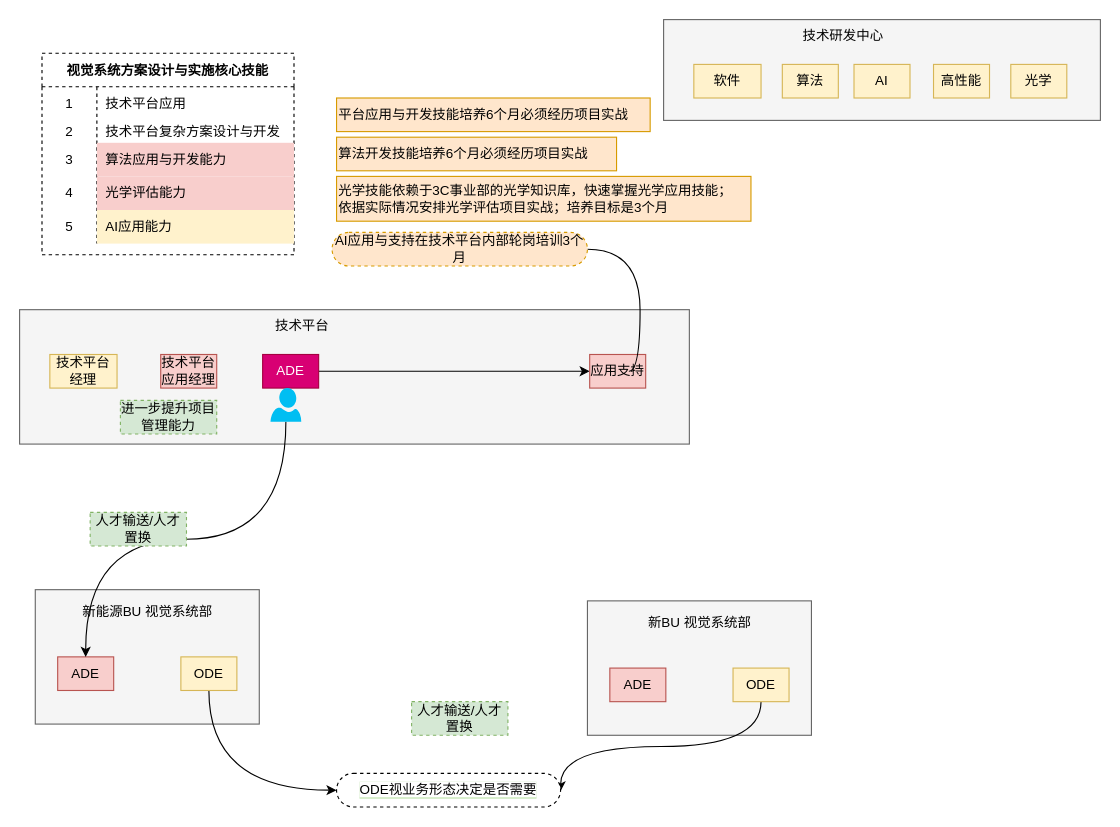
This is page "技术平台人才孵化逻辑" (2 of 3) of drawio/未命名绘图.drawio from Guyiguang/-DrawIO, a draw.io file, before an edit. Source tidied: cells renumbered, new cells numbered last; positions are measured from the earlier drawing's top-left corner, leaving out a move shared by most shapes. Both pictures are drawn from the tidied source at 112%, with x=0, y=0 at pixel (19, 19).
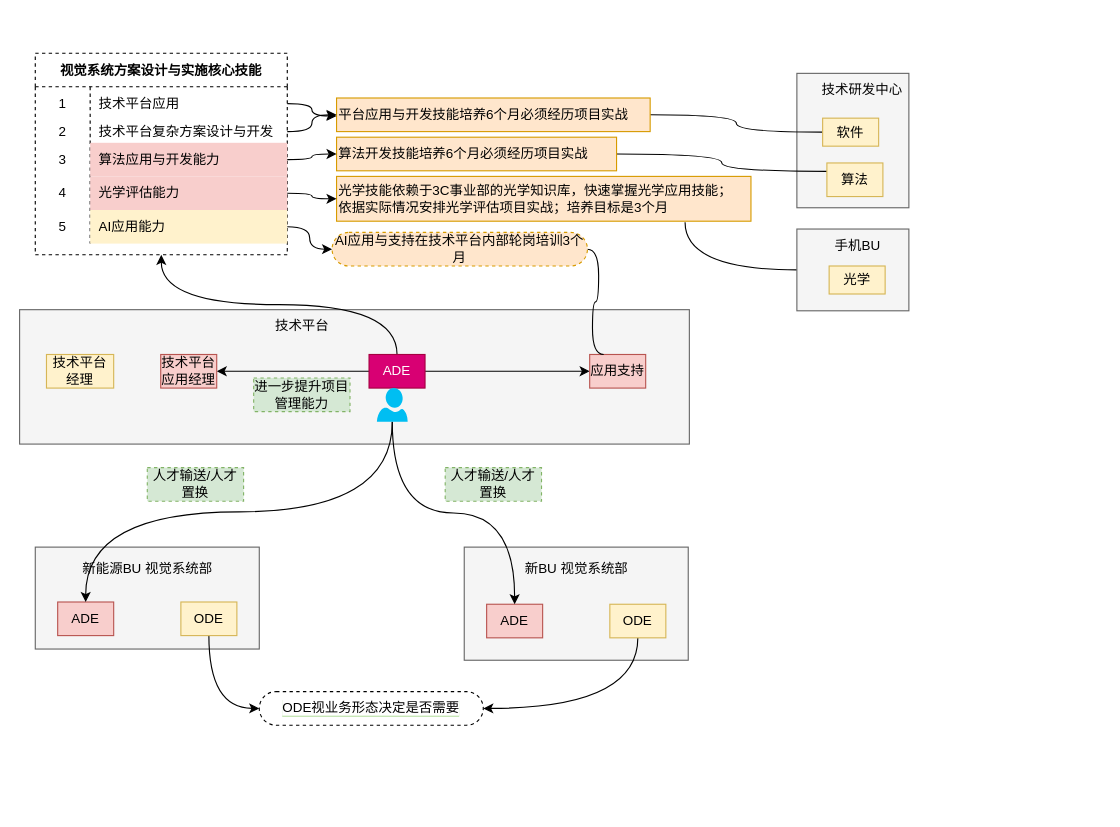
After the change.

The change refers to these unchanged cells:
```xml
<mxCell id="8" value="技术平台应用经理" style="rounded=0;whiteSpace=wrap;html=1;fillColor=#f8cecc;strokeColor=#b85450;" parent="1" vertex="1">
  <mxGeometry x="126" y="299" width="50" height="30" as="geometry" />
</mxCell>
<mxCell id="10" value="应用支持" style="rounded=0;whiteSpace=wrap;html=1;fillColor=#f8cecc;strokeColor=#b85450;" parent="1" vertex="1">
  <mxGeometry x="509" y="299" width="50" height="30" as="geometry" />
</mxCell>
<mxCell id="12" style="shape=tableRow;horizontal=0;startSize=0;swimlaneHead=0;swimlaneBody=0;top=0;left=0;bottom=0;right=0;fillColor=none;points=[[0,0.5],[1,0.5]];portConstraint=eastwest;dashed=1;" parent="11" vertex="1">
  <mxGeometry y="30" width="225" height="30" as="geometry" />
</mxCell>
<mxCell id="15" style="shape=tableRow;horizontal=0;startSize=0;swimlaneHead=0;swimlaneBody=0;top=0;left=0;bottom=0;right=0;fillColor=none;points=[[0,0.5],[1,0.5]];portConstraint=eastwest;dashed=1;" parent="11" vertex="1">
  <mxGeometry y="60" width="225" height="20" as="geometry" />
</mxCell>
<mxCell id="18" style="shape=tableRow;horizontal=0;startSize=0;swimlaneHead=0;swimlaneBody=0;top=0;left=0;bottom=0;right=0;fillColor=none;points=[[0,0.5],[1,0.5]];portConstraint=eastwest;dashed=1;" parent="11" vertex="1">
  <mxGeometry y="80" width="225" height="30" as="geometry" />
</mxCell>
<mxCell id="21" style="shape=tableRow;horizontal=0;startSize=0;swimlaneHead=0;swimlaneBody=0;top=0;left=0;bottom=0;right=0;fillColor=none;points=[[0,0.5],[1,0.5]];portConstraint=eastwest;dashed=1;" parent="11" vertex="1">
  <mxGeometry y="110" width="225" height="30" as="geometry" />
</mxCell>
<mxCell id="24" style="shape=tableRow;horizontal=0;startSize=0;swimlaneHead=0;swimlaneBody=0;top=0;left=0;bottom=0;right=0;fillColor=none;points=[[0,0.5],[1,0.5]];portConstraint=eastwest;dashed=1;" parent="11" vertex="1">
  <mxGeometry y="140" width="225" height="30" as="geometry" />
</mxCell>
<mxCell id="44" value="平台应用与开发技能培养6个月必须经历项目实战" style="text;html=1;align=left;verticalAlign=middle;points=[];strokeColor=#d79b00;fillColor=#ffe6cc;" parent="1" vertex="1">
  <mxGeometry x="283" y="70" width="280" height="30" as="geometry" />
</mxCell>
<mxCell id="45" value="算法开发技能培养6个月必须经历项目实战" style="text;html=1;align=left;verticalAlign=middle;points=[];strokeColor=#d79b00;fillColor=#ffe6cc;" parent="1" vertex="1">
  <mxGeometry x="283" y="105" width="250" height="30" as="geometry" />
</mxCell>
<mxCell id="46" value="光学技能依赖于3C事业部的光学知识库，快速掌握光学应用技能；&lt;br&gt;依据实际情况安排光学评估项目实战；培养目标是3个月" style="text;html=1;align=left;verticalAlign=middle;points=[];strokeColor=#d79b00;fillColor=#ffe6cc;" parent="1" vertex="1">
  <mxGeometry x="283" y="140" width="370" height="40" as="geometry" />
</mxCell>
<mxCell id="50" value="AI应用与支持在技术平台内部轮岗培训3个月" style="whiteSpace=wrap;html=1;rounded=1;arcSize=50;align=center;verticalAlign=middle;strokeWidth=1;spacing=4;newEdgeStyle={&quot;edgeStyle&quot;:&quot;entityRelationEdgeStyle&quot;,&quot;startArrow&quot;:&quot;none&quot;,&quot;endArrow&quot;:&quot;none&quot;,&quot;segment&quot;:10,&quot;curved&quot;:1};dashed=1;fillColor=#ffe6cc;strokeColor=#d79b00;" parent="1" vertex="1">
  <mxGeometry x="279" y="190" width="228" height="30" as="geometry" />
</mxCell>
```

Change to the diagram source:
```diff
@@
     <mxCell id="2" style="rounded=0;whiteSpace=wrap;html=1;fillColor=#f5f5f5;fontColor=#333333;strokeColor=#666666;" parent="1" vertex="1">
-      <mxGeometry x="507" y="519" width="200" height="120" as="geometry" />
+      <mxGeometry x="397" y="471" width="200" height="101" as="geometry" />
     </mxCell>
     <mxCell id="3" style="rounded=0;whiteSpace=wrap;html=1;fillColor=#f5f5f5;fontColor=#333333;strokeColor=#666666;" parent="1" vertex="1">
-      <mxGeometry x="14" y="509" width="200" height="120" as="geometry" />
+      <mxGeometry x="14" y="471" width="200" height="91" as="geometry" />
     </mxCell>
@@
+    <mxCell id="53" style="edgeStyle=orthogonalEdgeStyle;curved=1;rounded=0;jettySize=auto;html=1;exitX=0.5;exitY=0;exitDx=0;exitDy=0;entryX=0.5;entryY=1;entryDx=0;entryDy=0;" parent="1" edge="1" source="7" target="11">
+      <mxGeometry relative="1" as="geometry" />
+    </mxCell>
+    <mxCell id="54" style="edgeStyle=orthogonalEdgeStyle;curved=1;rounded=0;jettySize=auto;html=1;exitX=0;exitY=0.5;exitDx=0;exitDy=0;entryX=1;entryY=0.5;entryDx=0;entryDy=0;endArrow=classic;endFill=1;" parent="1" edge="1" source="7" target="8">
+      <mxGeometry relative="1" as="geometry" />
+    </mxCell>
     <mxCell id="7" value="ADE" style="rounded=0;whiteSpace=wrap;html=1;fillColor=#d80073;strokeColor=#A50040;fontColor=#ffffff;" parent="1" vertex="1">
-      <mxGeometry x="217" y="299" width="50" height="30" as="geometry" />
+      <mxGeometry x="312" y="299" width="50" height="30" as="geometry" />
     </mxCell>
@@
     <mxCell id="9" value="技术平台经理" style="rounded=0;whiteSpace=wrap;html=1;fillColor=#fff2cc;strokeColor=#d6b656;" parent="1" vertex="1">
-      <mxGeometry x="27" y="299" width="60" height="30" as="geometry" />
+      <mxGeometry x="24" y="299" width="60" height="30" as="geometry" />
     </mxCell>
@@
     <mxCell id="11" value="视觉系统方案设计与实施核心技能" style="shape=table;startSize=30;childLayout=tableLayout;rowLines=0;fontStyle=1;dashed=1;" parent="1" vertex="1">
-      <mxGeometry x="20" y="30" width="225" height="180" as="geometry" />
+      <mxGeometry x="14" y="30" width="225" height="180" as="geometry" />
     </mxCell>
@@
     <mxCell id="27" value="新能源BU 视觉系统部" style="text;html=1;align=center;verticalAlign=middle;strokeColor=none;fillColor=none;" parent="1" vertex="1">
-      <mxGeometry x="44" y="514" width="140" height="30" as="geometry" />
+      <mxGeometry x="44" y="476" width="140" height="30" as="geometry" />
     </mxCell>
     <mxCell id="28" value="ADE" style="rounded=0;whiteSpace=wrap;html=1;fillColor=#f8cecc;strokeColor=#b85450;" parent="1" vertex="1">
-      <mxGeometry x="34" y="569" width="50" height="30" as="geometry" />
+      <mxGeometry x="34" y="520" width="50" height="30" as="geometry" />
     </mxCell>
@@
     <mxCell id="30" value="ODE" style="rounded=0;whiteSpace=wrap;html=1;fillColor=#fff2cc;strokeColor=#d6b656;" parent="1" vertex="1">
-      <mxGeometry x="144" y="569" width="50" height="30" as="geometry" />
+      <mxGeometry x="144" y="520" width="50" height="30" as="geometry" />
     </mxCell>
     <mxCell id="31" style="rounded=0;whiteSpace=wrap;html=1;fillColor=#f5f5f5;fontColor=#333333;strokeColor=#666666;" parent="1" vertex="1">
-      <mxGeometry x="575" width="390" height="90" as="geometry" />
+      <mxGeometry x="694" y="48" width="100" height="120" as="geometry" />
     </mxCell>
     <mxCell id="32" value="技术研发中心" style="text;html=1;align=center;verticalAlign=middle;strokeColor=none;fillColor=none;" parent="1" vertex="1">
-      <mxGeometry x="685" width="100" height="30" as="geometry" />
+      <mxGeometry x="701.5" y="48" width="100" height="30" as="geometry" />
     </mxCell>
-    <mxCell id="33" value="AI" style="rounded=0;whiteSpace=wrap;html=1;fillColor=#fff2cc;strokeColor=#d6b656;" parent="1" vertex="1">
-      <mxGeometry x="745" y="40" width="50" height="30" as="geometry" />
-    </mxCell>
+    <mxCell id="55" style="edgeStyle=orthogonalEdgeStyle;curved=1;rounded=0;jettySize=auto;html=1;exitX=0;exitY=0.25;exitDx=0;exitDy=0;endArrow=none;endFill=0;" parent="1" edge="1" source="34" target="45">
+      <mxGeometry relative="1" as="geometry" />
+    </mxCell>
     <mxCell id="34" value="算法" style="rounded=0;whiteSpace=wrap;html=1;fillColor=#fff2cc;strokeColor=#d6b656;" parent="1" vertex="1">
-      <mxGeometry x="681" y="40" width="50" height="30" as="geometry" />
+      <mxGeometry x="720.8" y="128" width="50" height="30" as="geometry" />
     </mxCell>
+    <mxCell id="56" style="edgeStyle=orthogonalEdgeStyle;curved=1;rounded=0;jettySize=auto;html=1;exitX=0;exitY=0.5;exitDx=0;exitDy=0;endArrow=none;endFill=0;" parent="1" edge="1" source="35" target="44">
+      <mxGeometry relative="1" as="geometry" />
+    </mxCell>
     <mxCell id="35" value="软件" style="rounded=0;whiteSpace=wrap;html=1;fillColor=#fff2cc;strokeColor=#d6b656;" parent="1" vertex="1">
-      <mxGeometry x="602" y="40" width="60" height="30" as="geometry" />
+      <mxGeometry x="717" y="88" width="50" height="25" as="geometry" />
     </mxCell>
-    <mxCell id="36" value="高性能" style="rounded=0;whiteSpace=wrap;html=1;fillColor=#fff2cc;strokeColor=#d6b656;" parent="1" vertex="1">
-      <mxGeometry x="816" y="40" width="50" height="30" as="geometry" />
-    </mxCell>
-    <mxCell id="37" value="光学" style="rounded=0;whiteSpace=wrap;html=1;fillColor=#fff2cc;strokeColor=#d6b656;" parent="1" vertex="1">
-      <mxGeometry x="885" y="40" width="50" height="30" as="geometry" />
-    </mxCell>
     <mxCell id="38" value="新BU 视觉系统部" style="text;html=1;align=center;verticalAlign=middle;strokeColor=none;fillColor=none;" parent="1" vertex="1">
-      <mxGeometry x="547" y="524" width="120" height="30" as="geometry" />
+      <mxGeometry x="437" y="476" width="120" height="30" as="geometry" />
     </mxCell>
     <mxCell id="39" value="ADE" style="rounded=0;whiteSpace=wrap;html=1;fillColor=#f8cecc;strokeColor=#b85450;" parent="1" vertex="1">
-      <mxGeometry x="527" y="579" width="50" height="30" as="geometry" />
+      <mxGeometry x="417" y="522" width="50" height="30" as="geometry" />
     </mxCell>
-    <mxCell id="40" style="edgeStyle=orthogonalEdgeStyle;curved=1;rounded=0;jettySize=auto;html=1;exitX=0.5;exitY=1;exitDx=0;exitDy=0;entryX=1;entryY=0.5;entryDx=0;entryDy=0;" parent="1" edge="1" source="41">
-      <mxGeometry relative="1" as="geometry">
-        <mxPoint x="483" y="689" as="targetPoint" />
-      </mxGeometry>
+    <mxCell id="40" style="edgeStyle=orthogonalEdgeStyle;curved=1;rounded=0;jettySize=auto;html=1;exitX=0.5;exitY=1;exitDx=0;exitDy=0;entryX=1;entryY=0.5;entryDx=0;entryDy=0;" parent="1" edge="1" source="41" target="49">
+      <mxGeometry relative="1" as="geometry" />
     </mxCell>
     <mxCell id="41" value="ODE" style="rounded=0;whiteSpace=wrap;html=1;fillColor=#fff2cc;strokeColor=#d6b656;" parent="1" vertex="1">
-      <mxGeometry x="637" y="579" width="50" height="30" as="geometry" />
+      <mxGeometry x="527" y="522" width="50" height="30" as="geometry" />
     </mxCell>
@@
+    <mxCell id="57" style="edgeStyle=orthogonalEdgeStyle;curved=1;rounded=0;jettySize=auto;html=1;exitX=0.5;exitY=1;exitDx=0;exitDy=0;exitPerimeter=0;entryX=0.5;entryY=0;entryDx=0;entryDy=0;endArrow=classic;endFill=1;" parent="1" edge="1" source="43" target="39">
+      <mxGeometry relative="1" as="geometry" />
+    </mxCell>
     <mxCell id="43" style="verticalLabelPosition=bottom;html=1;verticalAlign=top;align=center;strokeColor=none;fillColor=#00BEF2;shape=mxgraph.azure.user;dashed=1;" parent="1" vertex="1">
-      <mxGeometry x="224" y="329" width="27.5" height="30" as="geometry" />
+      <mxGeometry x="319" y="329" width="27.5" height="30" as="geometry" />
     </mxCell>
@@
-    <mxCell id="47" style="edgeStyle=entityRelationEdgeStyle;startArrow=none;endArrow=none;segment=10;curved=1;rounded=0;" parent="1" edge="1" target="50">
-      <mxGeometry relative="1" as="geometry">
-        <mxPoint x="544" y="314" as="sourcePoint" />
-      </mxGeometry>
+    <mxCell id="47" style="edgeStyle=entityRelationEdgeStyle;startArrow=none;endArrow=none;segment=10;curved=1;rounded=0;exitX=0.25;exitY=0;exitDx=0;exitDy=0;" parent="1" edge="1" source="10" target="50">
+      <mxGeometry relative="1" as="geometry" />
     </mxCell>
     <mxCell id="48" value="进一步提升项目管理能力" style="text;html=1;strokeColor=#82b366;fillColor=#d5e8d4;align=center;verticalAlign=middle;whiteSpace=wrap;rounded=0;dashed=1;" parent="1" vertex="1">
-      <mxGeometry x="90" y="340" width="86" height="30" as="geometry" />
+      <mxGeometry x="209" y="320" width="86" height="30" as="geometry" />
     </mxCell>
     <mxCell id="49" value="&lt;span style=&quot;background-color: rgb(255, 255, 255);&quot;&gt;ODE视业务形态决定是否需要&lt;/span&gt;" style="whiteSpace=wrap;html=1;rounded=1;arcSize=50;align=center;verticalAlign=middle;strokeWidth=1;spacing=4;newEdgeStyle={&quot;edgeStyle&quot;:&quot;entityRelationEdgeStyle&quot;,&quot;startArrow&quot;:&quot;none&quot;,&quot;endArrow&quot;:&quot;none&quot;,&quot;segment&quot;:10,&quot;curved&quot;:1};dashed=1;labelBackgroundColor=#B9E0A5;" parent="1" vertex="1">
-      <mxGeometry x="283" y="673" width="200" height="30" as="geometry" />
+      <mxGeometry x="214" y="600" width="200" height="30" as="geometry" />
     </mxCell>
@@
     <mxCell id="51" value="人才输送/人才置换" style="text;html=1;strokeColor=#82b366;fillColor=#d5e8d4;align=center;verticalAlign=middle;whiteSpace=wrap;rounded=0;dashed=1;" parent="1" vertex="1">
-      <mxGeometry x="350" y="609" width="86" height="30" as="geometry" />
+      <mxGeometry x="380" y="400" width="86" height="30" as="geometry" />
     </mxCell>
     <mxCell id="52" value="人才输送/人才置换" style="text;html=1;strokeColor=#82b366;fillColor=#d5e8d4;align=center;verticalAlign=middle;whiteSpace=wrap;rounded=0;dashed=1;" parent="1" vertex="1">
-      <mxGeometry x="63" y="440" width="86" height="30" as="geometry" />
+      <mxGeometry x="114" y="400" width="86" height="30" as="geometry" />
     </mxCell>
+    <mxCell id="58" style="edgeStyle=orthogonalEdgeStyle;curved=1;rounded=0;jettySize=auto;html=1;exitX=1;exitY=0.5;exitDx=0;exitDy=0;entryX=0;entryY=0.5;entryDx=0;entryDy=0;" parent="1" edge="1" source="24" target="50">
+      <mxGeometry relative="1" as="geometry" />
+    </mxCell>
+    <mxCell id="59" style="edgeStyle=orthogonalEdgeStyle;curved=1;rounded=0;jettySize=auto;html=1;exitX=1;exitY=0.5;exitDx=0;exitDy=0;" parent="1" edge="1" source="21" target="46">
+      <mxGeometry relative="1" as="geometry" />
+    </mxCell>
+    <mxCell id="60" style="edgeStyle=orthogonalEdgeStyle;curved=1;rounded=0;jettySize=auto;html=1;exitX=1;exitY=0.5;exitDx=0;exitDy=0;" parent="1" edge="1" source="18" target="45">
+      <mxGeometry relative="1" as="geometry" />
+    </mxCell>
+    <mxCell id="61" style="edgeStyle=orthogonalEdgeStyle;curved=1;rounded=0;jettySize=auto;html=1;exitX=1;exitY=0.5;exitDx=0;exitDy=0;" parent="1" edge="1" source="15" target="44">
+      <mxGeometry relative="1" as="geometry" />
+    </mxCell>
+    <mxCell id="62" style="edgeStyle=orthogonalEdgeStyle;curved=1;rounded=0;jettySize=auto;html=1;exitX=1;exitY=0.5;exitDx=0;exitDy=0;entryX=0;entryY=0.533;entryDx=0;entryDy=0;entryPerimeter=0;" parent="1" edge="1" source="12" target="44">
+      <mxGeometry relative="1" as="geometry" />
+    </mxCell>
+    <mxCell id="63" style="edgeStyle=orthogonalEdgeStyle;curved=1;rounded=0;jettySize=auto;html=1;exitX=0;exitY=0.5;exitDx=0;exitDy=0;entryX=0.841;entryY=1.025;entryDx=0;entryDy=0;entryPerimeter=0;endArrow=none;endFill=0;" parent="1" edge="1" source="64" target="46">
+      <mxGeometry relative="1" as="geometry" />
+    </mxCell>
+    <mxCell id="64" style="rounded=0;whiteSpace=wrap;html=1;fillColor=#f5f5f5;fontColor=#333333;strokeColor=#666666;" parent="1" vertex="1">
+      <mxGeometry x="694" y="187" width="100" height="73" as="geometry" />
+    </mxCell>
+    <mxCell id="65" value="手机BU" style="text;html=1;align=center;verticalAlign=middle;strokeColor=none;fillColor=none;" parent="1" vertex="1">
+      <mxGeometry x="717.8" y="187" width="60" height="30" as="geometry" />
+    </mxCell>
+    <mxCell id="37" value="光学" style="rounded=0;whiteSpace=wrap;html=1;fillColor=#fff2cc;strokeColor=#d6b656;" parent="1" vertex="1">
+      <mxGeometry x="722.8" y="220" width="50" height="25" as="geometry" />
+    </mxCell>
```
